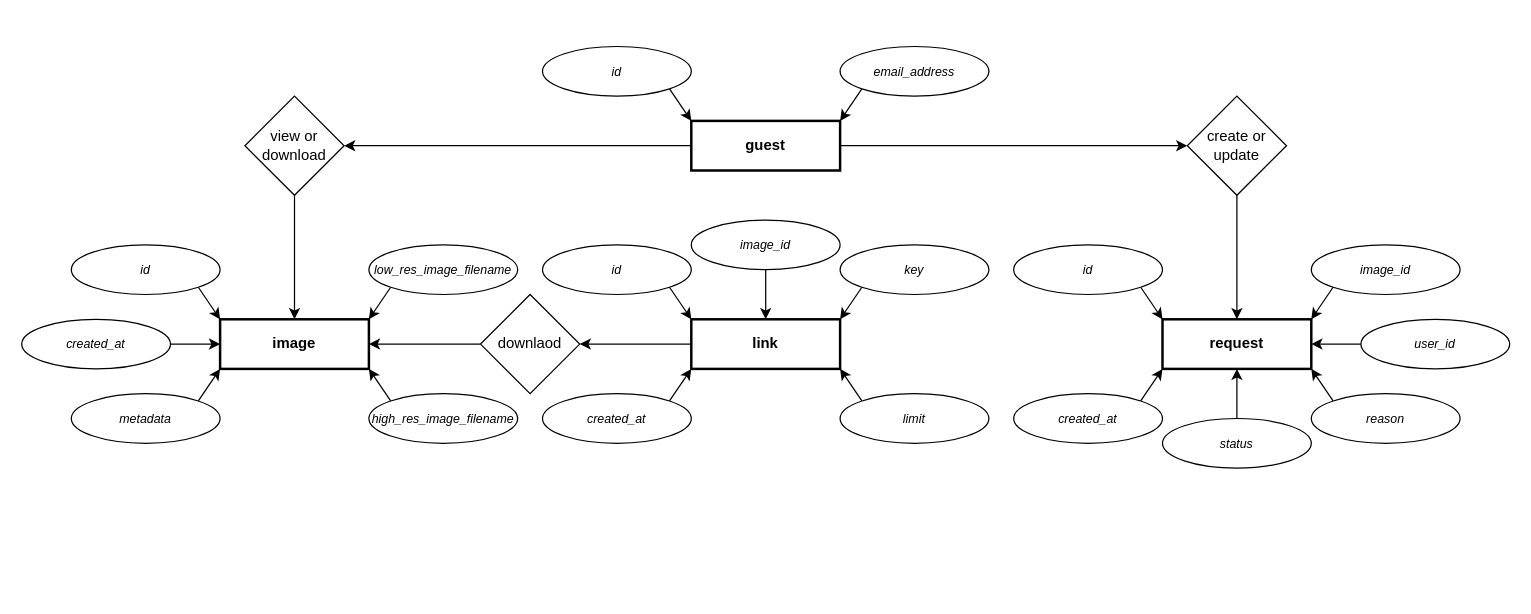
ska-sa/images-hub keeps this draw.io diagram as design/entity-relationship.drawio. Above is the earlier version. Source tidied: cells renumbered, new cells numbered last; positions are measured from the earlier drawing's top-left corner, leaving out a move shared by most shapes. Both pictures are drawn from the tidied source at 124%, with x=0, y=0 at pixel (21, 46).
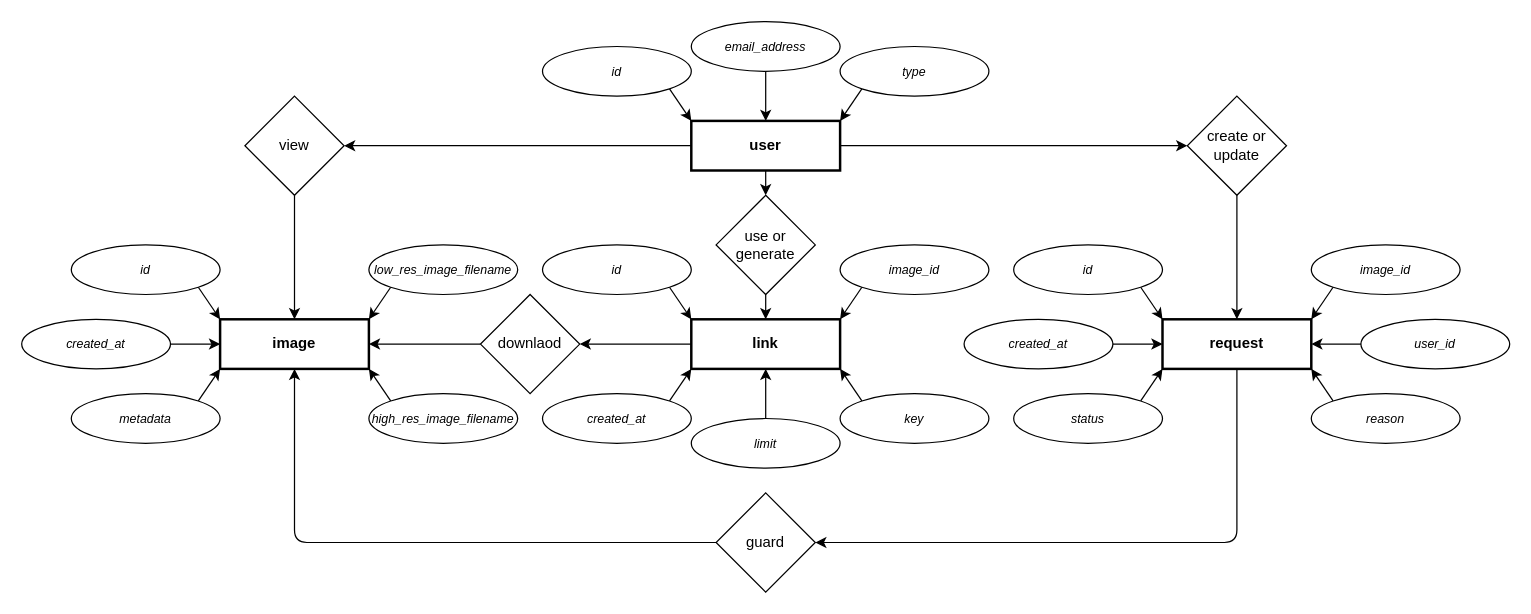
After the change.

Commit message:
Added a line that connects image and link table

The change refers to these unchanged cells:
```xml
<mxCell id="2" value="request" style="rounded=0;whiteSpace=wrap;html=1;fontStyle=1;strokeWidth=2;" parent="1" vertex="1">
  <mxGeometry x="920" y="220" width="120" height="40" as="geometry" />
</mxCell>
<mxCell id="21" value="image" style="rounded=0;whiteSpace=wrap;html=1;fontStyle=1;strokeWidth=2;" parent="1" vertex="1">
  <mxGeometry x="160" y="220" width="120" height="40" as="geometry" />
</mxCell>
<mxCell id="33" value="link" style="rounded=0;whiteSpace=wrap;html=1;fontStyle=1;strokeWidth=2;" parent="1" vertex="1">
  <mxGeometry x="540" y="220" width="120" height="40" as="geometry" />
</mxCell>
```

What changed in the source:
```diff
@@
+    <mxCell id="51" style="edgeStyle=none;html=1;exitX=0.5;exitY=1;exitDx=0;exitDy=0;entryX=1;entryY=0.5;entryDx=0;entryDy=0;" parent="1" edge="1" source="2" target="63">
+      <mxGeometry relative="1" as="geometry">
+        <Array as="points">
+          <mxPoint x="980" y="400" />
+        </Array>
+      </mxGeometry>
+    </mxCell>
@@
-    <mxCell id="6" style="edgeStyle=none;html=1;exitX=1;exitY=0;exitDx=0;exitDy=0;startArrow=none;startFill=0;fontSize=10;" parent="1" edge="1" source="7">
-      <mxGeometry relative="1" as="geometry">
-        <mxPoint x="920" y="260" as="targetPoint" />
-      </mxGeometry>
-    </mxCell>
+    <mxCell id="52" style="edgeStyle=none;html=1;exitX=1;exitY=0;exitDx=0;exitDy=0;entryX=0;entryY=1;entryDx=0;entryDy=0;" parent="1" edge="1" source="7" target="2">
+      <mxGeometry relative="1" as="geometry" />
+    </mxCell>
-    <mxCell id="7" value="created_at" style="ellipse;whiteSpace=wrap;html=1;fontStyle=2;fontSize=10;" parent="1" vertex="1">
+    <mxCell id="7" value="status" style="ellipse;whiteSpace=wrap;html=1;fontStyle=2;fontSize=10;" parent="1" vertex="1">
       <mxGeometry x="800" y="280" width="120" height="40" as="geometry" />
     </mxCell>
@@
+    <mxCell id="53" style="edgeStyle=none;html=1;exitX=0.5;exitY=1;exitDx=0;exitDy=0;entryX=0.5;entryY=0;entryDx=0;entryDy=0;" parent="1" edge="1" source="16" target="57">
+      <mxGeometry relative="1" as="geometry" />
+    </mxCell>
-    <mxCell id="16" value="guest" style="rounded=0;whiteSpace=wrap;html=1;fontStyle=1;strokeWidth=2;" parent="1" vertex="1">
+    <mxCell id="16" value="user" style="rounded=0;whiteSpace=wrap;html=1;fontStyle=1;strokeWidth=2;" parent="1" vertex="1">
       <mxGeometry x="540" y="60" width="120" height="40" as="geometry" />
     </mxCell>
@@
-    <mxCell id="20" value="email_address" style="ellipse;whiteSpace=wrap;html=1;fontStyle=2;fontSize=10;" parent="1" vertex="1">
+    <mxCell id="20" value="type" style="ellipse;whiteSpace=wrap;html=1;fontStyle=2;fontSize=10;" parent="1" vertex="1">
       <mxGeometry x="660" width="120" height="40" as="geometry" />
     </mxCell>
@@
-    <mxCell id="28" style="edgeStyle=orthogonalEdgeStyle;rounded=0;jettySize=auto;html=1;exitX=0.5;exitY=0;exitDx=0;exitDy=0;entryX=0.5;entryY=1;entryDx=0;entryDy=0;fontSize=10;" parent="1" edge="1" source="29" target="2">
-      <mxGeometry relative="1" as="geometry" />
-    </mxCell>
-    <mxCell id="29" value="status" style="ellipse;whiteSpace=wrap;html=1;fontStyle=2;fontSize=10;" parent="1" vertex="1">
-      <mxGeometry x="920" y="300" width="120" height="40" as="geometry" />
-    </mxCell>
@@
-    <mxCell id="37" value="key" style="ellipse;whiteSpace=wrap;html=1;fontStyle=2;fontSize=10;" parent="1" vertex="1">
+    <mxCell id="37" value="image_id" style="ellipse;whiteSpace=wrap;html=1;fontStyle=2;fontSize=10;" parent="1" vertex="1">
       <mxGeometry x="660" y="160" width="120" height="40" as="geometry" />
     </mxCell>
@@
-    <mxCell id="39" value="limit" style="ellipse;whiteSpace=wrap;html=1;fontStyle=2;fontSize=10;" parent="1" vertex="1">
+    <mxCell id="39" value="key" style="ellipse;whiteSpace=wrap;html=1;fontStyle=2;fontSize=10;" parent="1" vertex="1">
       <mxGeometry x="660" y="280" width="120" height="40" as="geometry" />
     </mxCell>
@@
-    <mxCell id="42" style="edgeStyle=orthogonalEdgeStyle;rounded=0;jettySize=auto;html=1;fontSize=10;" parent="1" edge="1" source="43" target="33">
-      <mxGeometry relative="1" as="geometry" />
-    </mxCell>
-    <mxCell id="43" value="image_id" style="ellipse;whiteSpace=wrap;html=1;fontStyle=2;fontSize=10;" parent="1" vertex="1">
-      <mxGeometry x="540" y="140" width="120" height="40" as="geometry" />
-    </mxCell>
@@
-    <mxCell id="45" value="view or download" style="rhombus;whiteSpace=wrap;html=1;" parent="1" vertex="1">
+    <mxCell id="45" value="view" style="rhombus;whiteSpace=wrap;html=1;" parent="1" vertex="1">
       <mxGeometry x="180" y="40" width="80" height="80" as="geometry" />
     </mxCell>
@@
+    <mxCell id="54" style="edgeStyle=none;html=1;exitX=0.5;exitY=0;exitDx=0;exitDy=0;entryX=0.5;entryY=1;entryDx=0;entryDy=0;" parent="1" edge="1" source="55" target="33">
+      <mxGeometry relative="1" as="geometry" />
+    </mxCell>
+    <mxCell id="55" value="limit" style="ellipse;whiteSpace=wrap;html=1;fontStyle=2;fontSize=10;" parent="1" vertex="1">
+      <mxGeometry x="540" y="300" width="120" height="40" as="geometry" />
+    </mxCell>
+    <mxCell id="56" style="edgeStyle=none;html=1;exitX=0.5;exitY=1;exitDx=0;exitDy=0;entryX=0.5;entryY=0;entryDx=0;entryDy=0;" parent="1" edge="1" source="57" target="33">
+      <mxGeometry relative="1" as="geometry" />
+    </mxCell>
+    <mxCell id="57" value="use or&lt;div&gt;generate&lt;/div&gt;" style="rhombus;whiteSpace=wrap;html=1;" parent="1" vertex="1">
+      <mxGeometry x="560" y="120" width="80" height="80" as="geometry" />
+    </mxCell>
+    <mxCell id="58" style="edgeStyle=none;html=1;entryX=0.5;entryY=0;entryDx=0;entryDy=0;" parent="1" edge="1" source="59" target="16">
+      <mxGeometry relative="1" as="geometry" />
+    </mxCell>
+    <mxCell id="59" value="email_address" style="ellipse;whiteSpace=wrap;html=1;fontStyle=2;fontSize=10;" parent="1" vertex="1">
+      <mxGeometry x="540" y="-20" width="120" height="40" as="geometry" />
+    </mxCell>
+    <mxCell id="60" style="edgeStyle=none;html=1;exitX=1;exitY=0.5;exitDx=0;exitDy=0;entryX=0;entryY=0.5;entryDx=0;entryDy=0;" parent="1" edge="1" source="61" target="2">
+      <mxGeometry relative="1" as="geometry" />
+    </mxCell>
+    <mxCell id="61" value="created_at" style="ellipse;whiteSpace=wrap;html=1;fontStyle=2;fontSize=10;" parent="1" vertex="1">
+      <mxGeometry x="760" y="220" width="120" height="40" as="geometry" />
+    </mxCell>
+    <mxCell id="62" style="edgeStyle=none;html=1;exitX=0;exitY=0.5;exitDx=0;exitDy=0;entryX=0.5;entryY=1;entryDx=0;entryDy=0;" parent="1" edge="1" source="63" target="21">
+      <mxGeometry relative="1" as="geometry">
+        <Array as="points">
+          <mxPoint x="220" y="400" />
+        </Array>
+      </mxGeometry>
+    </mxCell>
+    <mxCell id="63" value="guard" style="rhombus;whiteSpace=wrap;html=1;" parent="1" vertex="1">
+      <mxGeometry x="560" y="360" width="80" height="80" as="geometry" />
+    </mxCell>
```
